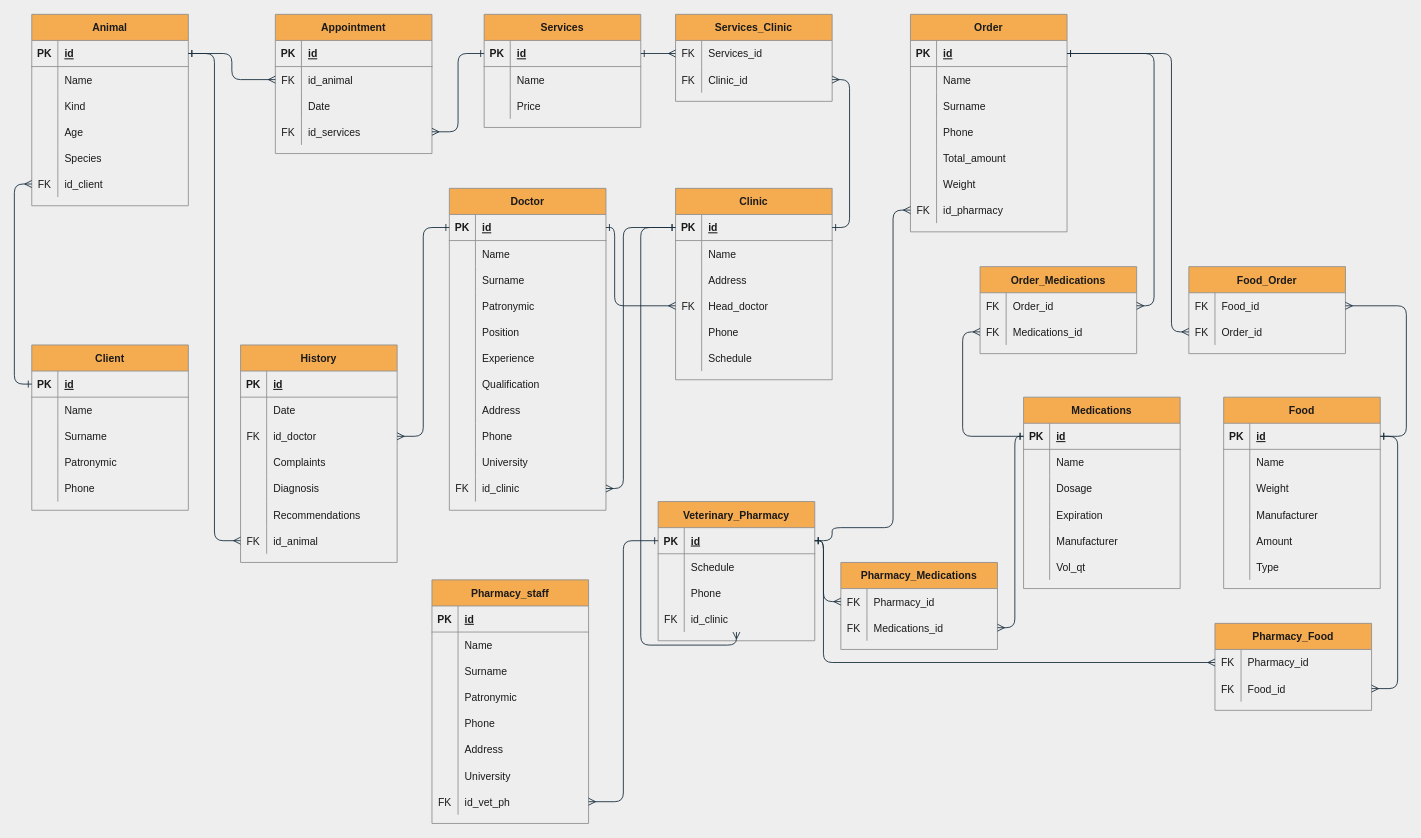
Earlier version of the draw.io diagram Untitled Diagram.drawio (21shunya/vet). Source tidied: cells renumbered, new cells numbered last; positions are measured from the earlier drawing's top-left corner, leaving out a move shared by most shapes. Both pictures are drawn from the tidied source at 87%, with x=0, y=0 at pixel (31, 14).
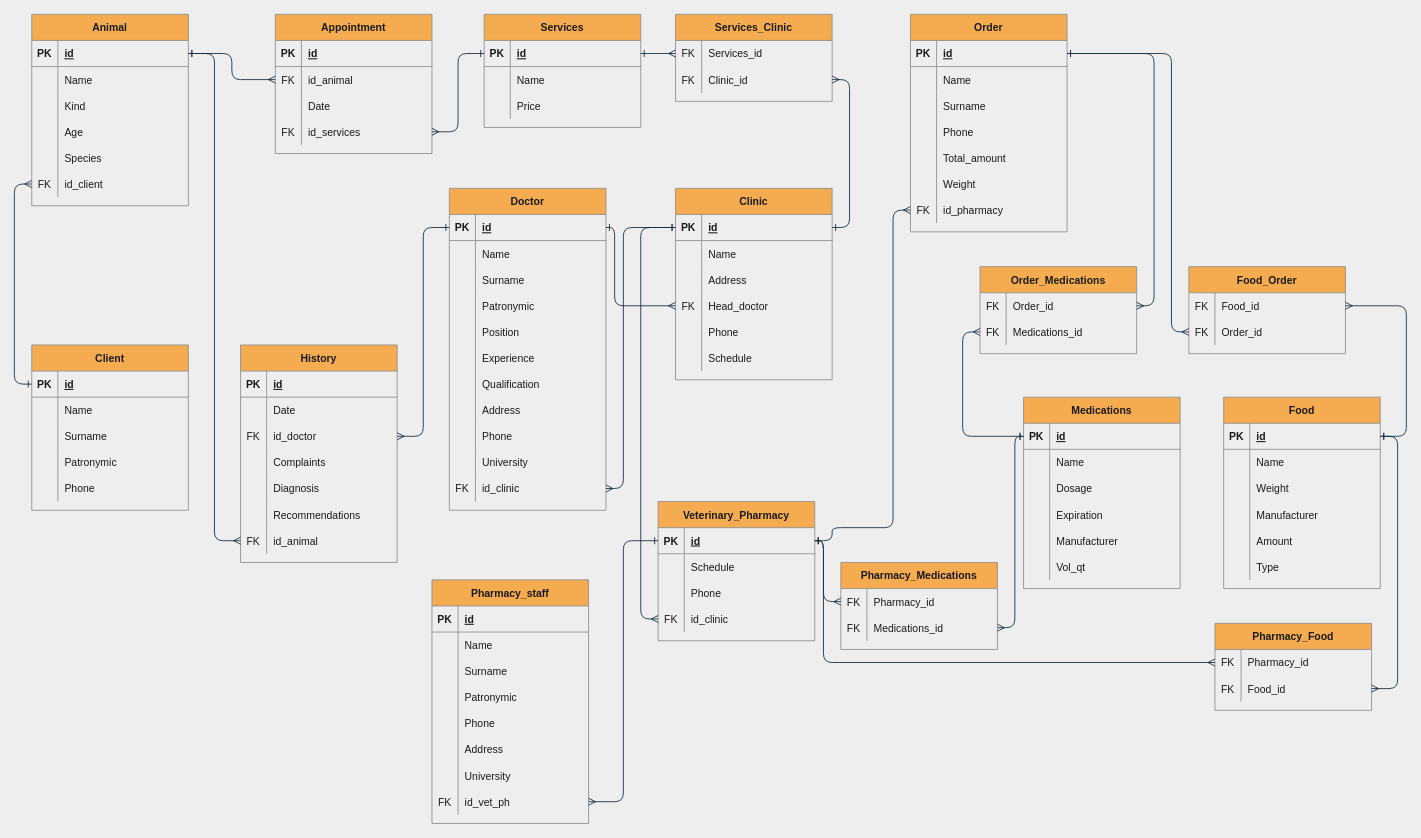
Above is the later version.

Unchanged cells that the change refers to:
```xml
<mxCell id="94" style="shape=partialRectangle;fillColor=none;top=0;left=0;bottom=1;right=0;points=[[0,0.5],[1,0.5]];portConstraint=eastwest;strokeColor=#909090;fontColor=#1A1A1A;" parent="93" vertex="1">
  <mxGeometry y="30" width="180" height="30" as="geometry" />
</mxCell>
<mxCell id="159" style="shape=partialRectangle;fillColor=none;top=0;left=0;bottom=0;right=0;points=[[0,0.5],[1,0.5]];portConstraint=eastwest;strokeColor=#909090;fontColor=#1A1A1A;" parent="149" vertex="1">
  <mxGeometry y="120" width="180" height="30" as="geometry" />
</mxCell>
```

Diff of the diagram source:
```diff
@@
-    <mxCell id="244" style="edgeStyle=orthogonalEdgeStyle;curved=0;rounded=1;sketch=0;jettySize=auto;html=1;fontColor=#1A1A1A;startArrow=ERone;startFill=0;endArrow=ERmany;endFill=0;strokeColor=#182E3E;" parent="1" edge="1" source="94" target="159">
+    <mxCell id="244" style="edgeStyle=orthogonalEdgeStyle;curved=0;rounded=1;sketch=0;jettySize=auto;html=1;fontColor=#1A1A1A;startArrow=ERone;startFill=0;endArrow=ERmany;endFill=0;strokeColor=#182E3E;entryX=0;entryY=0.5;entryDx=0;entryDy=0;" parent="1" edge="1" source="94" target="159">
       <mxGeometry relative="1" as="geometry">
         <Array as="points">
           <mxPoint x="700" y="245" />
-          <mxPoint x="700" y="725" />
+          <mxPoint x="700" y="695" />
         </Array>
       </mxGeometry>
     </mxCell>
```
